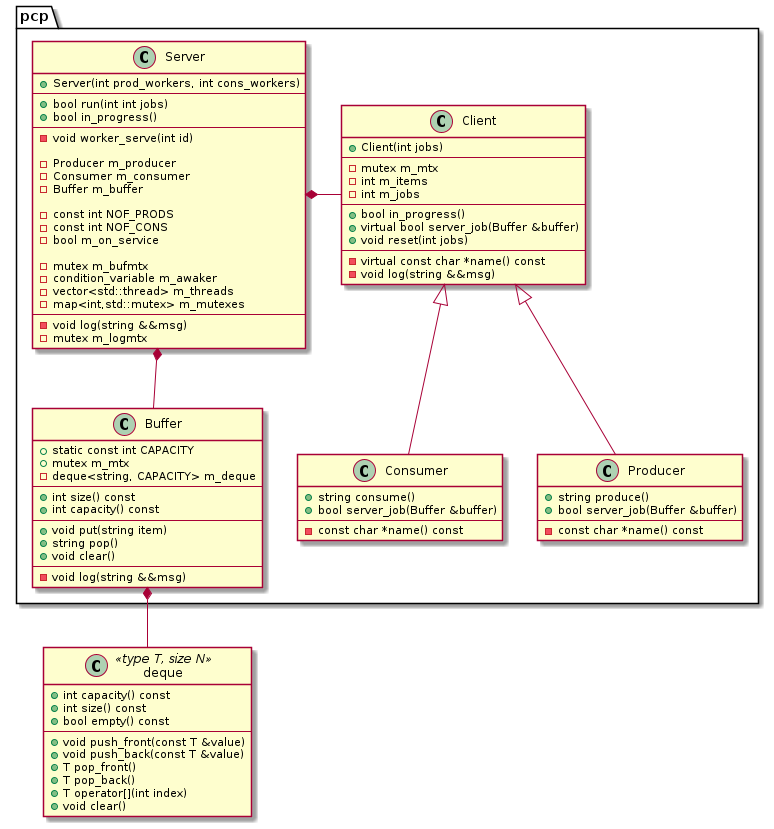
Above: doc/diagrams/img/pcp-classes.png in Horolsky/pcp (PlantUML), before the change.
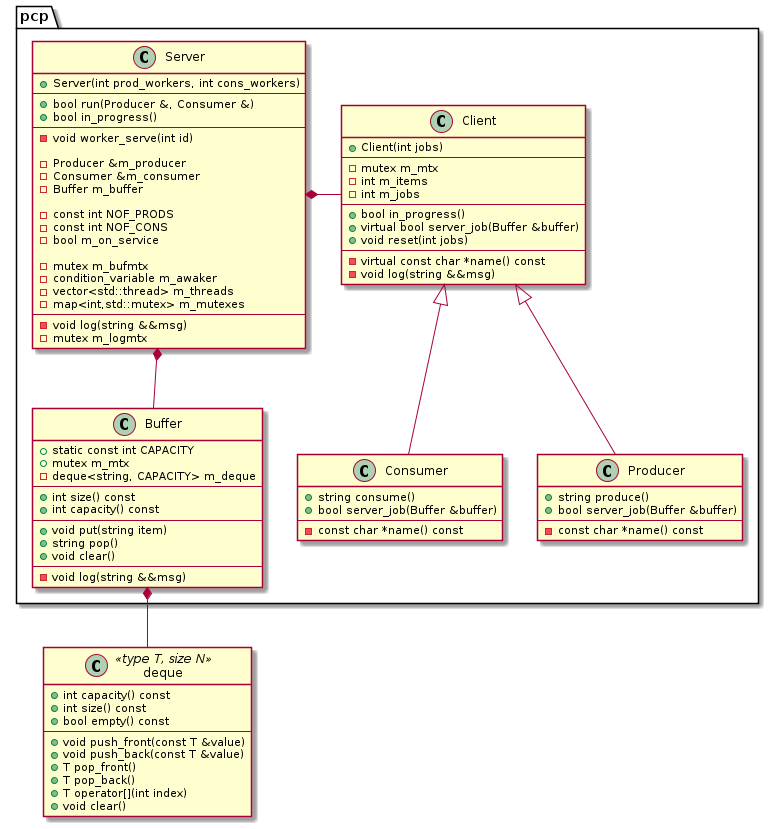
Above is the later version.

The edit, as a diff of the source:
```diff
@@ -20,13 +20,13 @@
         {
             +Server(int prod_workers, int cons_workers)
             ---
-            +bool run(int int jobs)
+            +bool run(Producer &, Consumer &)
             +bool in_progress()
             ---
             -void worker_serve(int id)
 
-            -Producer m_producer
-            -Consumer m_consumer
+            -Producer &m_producer
+            -Consumer &m_consumer
             -Buffer m_buffer
 
             -const int NOF_PRODS
```
